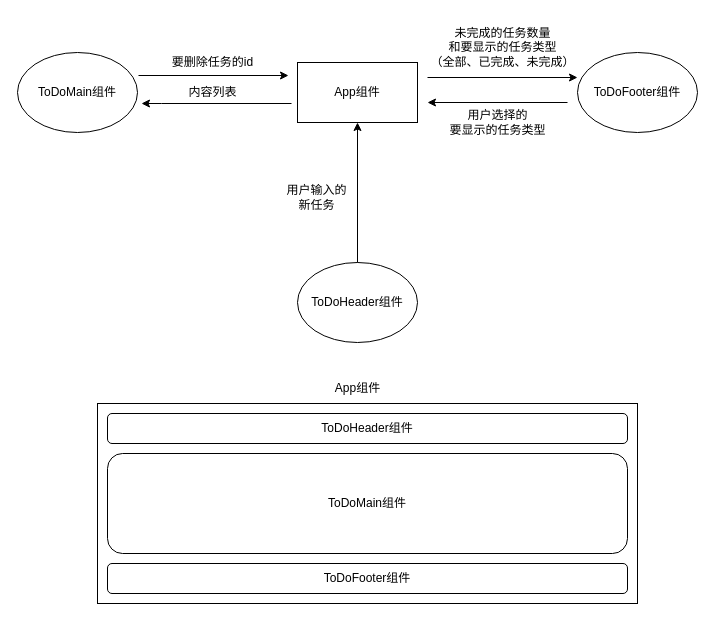
Before: Vue3黑马程序员教材ToDoList实例.drawio in bannoorse/graphs1, a draw.io diagram. Source tidied: cells renumbered, new cells numbered last; positions are measured from the earlier drawing's top-left corner, leaving out a move shared by most shapes. Both pictures are drawn from the tidied source at 100%, with x=0, y=0 at pixel (17, 17).
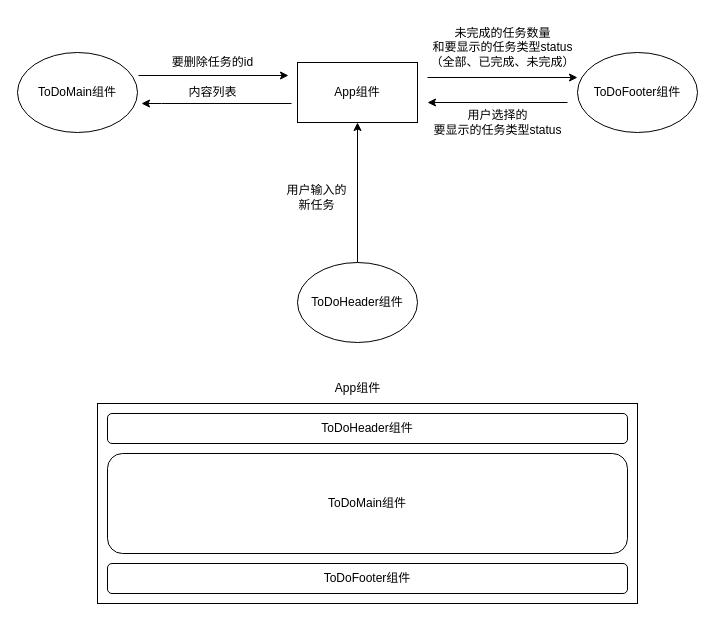
The same diagram, later.

Commit message:
更新Vue3黑马程序员教材ToDoList实例.drawio

What changed in the source:
```diff
@@
-    <mxCell id="14" value="未完成的任务数量&lt;div&gt;和&lt;span style=&quot;background-color: initial;&quot;&gt;要显示&lt;/span&gt;&lt;span style=&quot;background-color: initial;&quot;&gt;的任务类型&lt;/span&gt;&lt;/div&gt;&lt;div&gt;&lt;span style=&quot;background-color: initial;&quot;&gt;（全部、已完成、未完成）&lt;/span&gt;&lt;/div&gt;" style="text;html=1;align=center;verticalAlign=middle;strokeColor=none;fillColor=none;" parent="1" vertex="1">
+    <mxCell id="14" value="未完成的任务数量&lt;div&gt;和&lt;span style=&quot;background-color: initial;&quot;&gt;要显示&lt;/span&gt;&lt;span style=&quot;background-color: initial;&quot;&gt;的任务类型status&lt;/span&gt;&lt;/div&gt;&lt;div&gt;&lt;span style=&quot;background-color: initial;&quot;&gt;（全部、已完成、未完成）&lt;/span&gt;&lt;/div&gt;" style="text;html=1;align=center;verticalAlign=middle;strokeColor=none;fillColor=none;" parent="1" vertex="1">
       <mxGeometry x="400" width="170" height="60" as="geometry" />
     </mxCell>
-    <mxCell id="15" value="用户选择的&lt;div&gt;要显示的任务类型&lt;/div&gt;" style="text;html=1;align=center;verticalAlign=middle;strokeColor=none;fillColor=none;" parent="1" vertex="1">
-      <mxGeometry x="420" y="85" width="120" height="40" as="geometry" />
+    <mxCell id="15" value="用户选择的&lt;div&gt;要显示的任务类型status&lt;/div&gt;" style="text;html=1;align=center;verticalAlign=middle;strokeColor=none;fillColor=none;" parent="1" vertex="1">
+      <mxGeometry x="405" y="85" width="150" height="40" as="geometry" />
     </mxCell>
```
